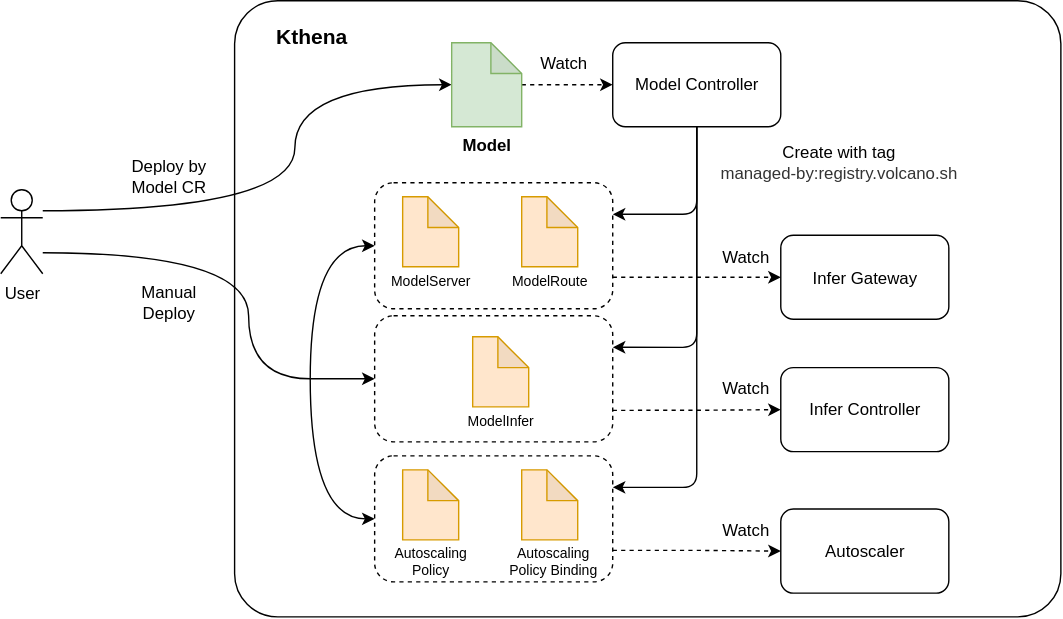
matrixinfer-ai/kthena keeps this draw.io diagram as docs/kthena/static/img/diagrams/architecture/model-controller-architecture.svg. Above is the earlier version. Source tidied: cells renumbered, new cells last; positions are measured from the earlier drawing's top-left corner, leaving out a move shared by most shapes.
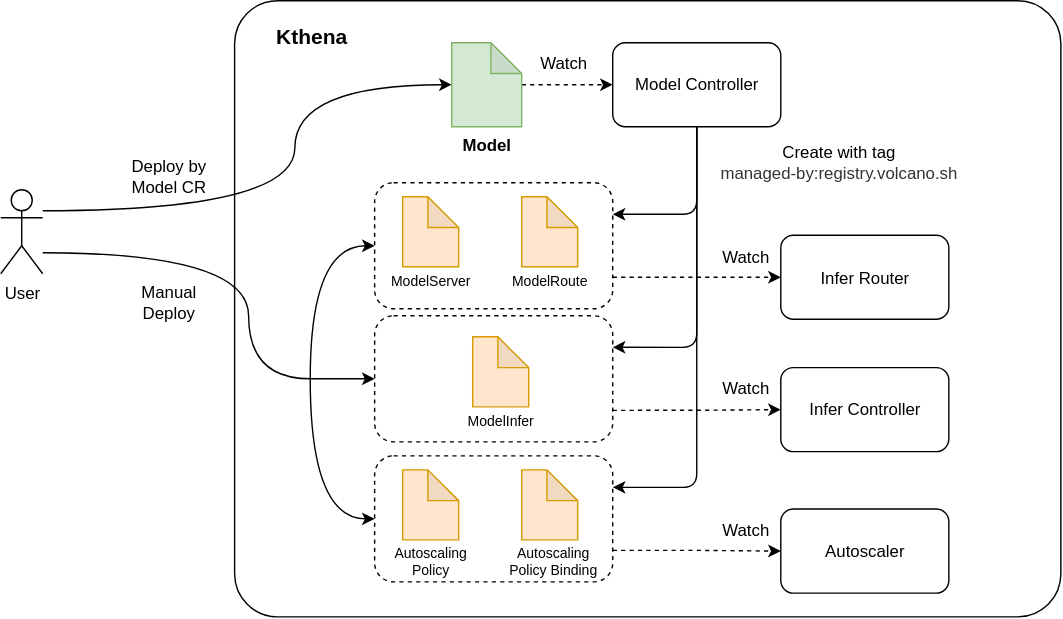
After the change.

What changed in the source:
```diff
@@ -39,7 +39,7 @@
     <mxCell id="10" value="Autoscaler" style="rounded=1;whiteSpace=wrap;html=1;" parent="1" vertex="1">
       <mxGeometry x="557" y="363" width="120" height="60" as="geometry" />
     </mxCell>
-    <mxCell id="11" value="Infer Gateway" style="rounded=1;whiteSpace=wrap;html=1;" parent="1" vertex="1">
+    <mxCell id="11" value="Infer Router" style="rounded=1;whiteSpace=wrap;html=1;" parent="1" vertex="1">
       <mxGeometry x="557" y="167.5" width="120" height="60" as="geometry" />
     </mxCell>
     <mxCell id="12" value="Infer Controller" style="rounded=1;whiteSpace=wrap;html=1;" parent="1" vertex="1">
```
